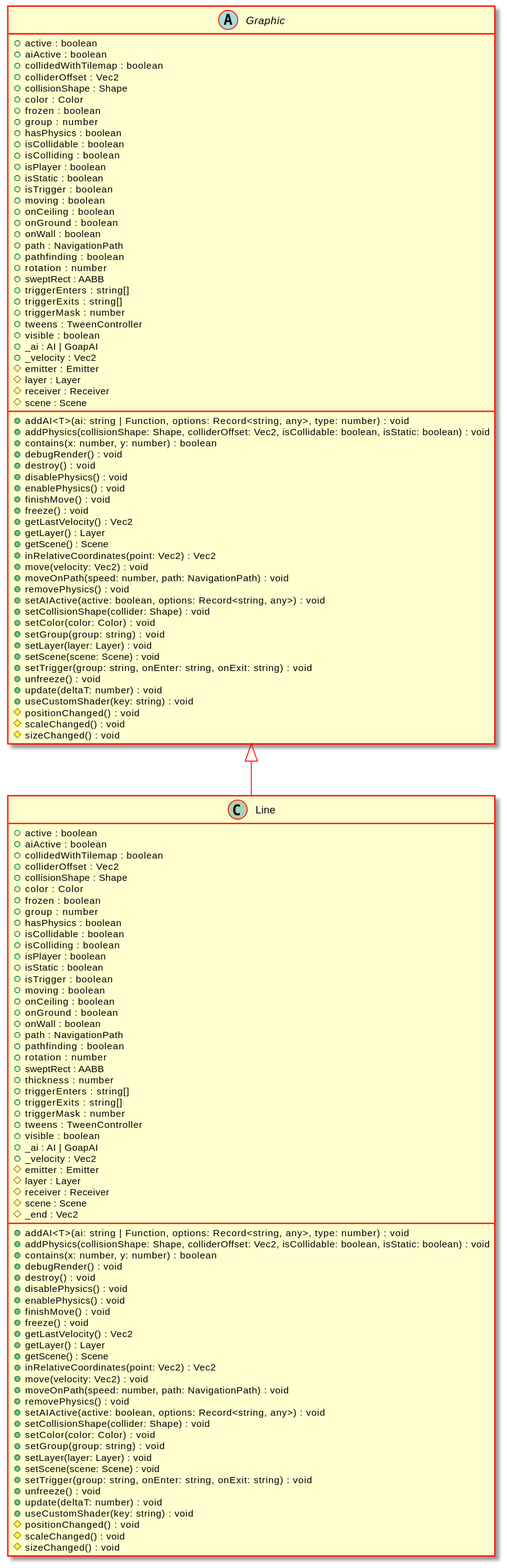
Earlier version of the PlantUML export docs/api/assets/Line-umlClassDiagram-2453.svg (Test123938/Test2).
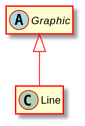
Above is the later version.

Change to the diagram source:
```diff
@@ -5,134 +5,8 @@
 hide empty methods
 hide empty fields
 class "Line" {
-    +active : boolean
-    +aiActive : boolean
-    +collidedWithTilemap : boolean
-    +colliderOffset : Vec2
-    +collisionShape : Shape
-    +color : Color
-    +frozen : boolean
-    +group : number
-    +hasPhysics : boolean
-    +isCollidable : boolean
-    +isColliding : boolean
-    +isPlayer : boolean
-    +isStatic : boolean
-    +isTrigger : boolean
-    +moving : boolean
-    +onCeiling : boolean
-    +onGround : boolean
-    +onWall : boolean
-    +path : NavigationPath
-    +pathfinding : boolean
-    +rotation : number
-    +sweptRect : AABB
-    +thickness : number
-    +triggerEnters : string[]
-    +triggerExits : string[]
-    +triggerMask : number
-    +tweens : TweenController
-    +visible : boolean
-    +_ai : AI | GoapAI
-    +_velocity : Vec2
-    #emitter : Emitter
-    #layer : Layer
-    #receiver : Receiver
-    #scene : Scene
-    #_end : Vec2
-    +addAI<T>(ai: string | Function, options: Record<string, any>, type: number) : void
-    +addPhysics(collisionShape: Shape, colliderOffset: Vec2, isCollidable: boolean, isStatic: boolean) : void
-    +contains(x: number, y: number) : boolean
-    +debugRender() : void
-    +destroy() : void
-    +disablePhysics() : void
-    +enablePhysics() : void
-    +finishMove() : void
-    +freeze() : void
-    +getLastVelocity() : Vec2
-    +getLayer() : Layer
-    +getScene() : Scene
-    +inRelativeCoordinates(point: Vec2) : Vec2
-    +move(velocity: Vec2) : void
-    +moveOnPath(speed: number, path: NavigationPath) : void
-    +removePhysics() : void
-    +setAIActive(active: boolean, options: Record<string, any>) : void
-    +setCollisionShape(collider: Shape) : void
-    +setColor(color: Color) : void
-    +setGroup(group: string) : void
-    +setLayer(layer: Layer) : void
-    +setScene(scene: Scene) : void
-    +setTrigger(group: string, onEnter: string, onExit: string) : void
-    +unfreeze() : void
-    +update(deltaT: number) : void
-    +useCustomShader(key: string) : void
-    #positionChanged() : void
-    #scaleChanged() : void
-    #sizeChanged() : void
 }
 abstract class "Graphic" {
-    +active : boolean
-    +aiActive : boolean
-    +collidedWithTilemap : boolean
-    +colliderOffset : Vec2
-    +collisionShape : Shape
-    +color : Color
-    +frozen : boolean
-    +group : number
-    +hasPhysics : boolean
-    +isCollidable : boolean
-    +isColliding : boolean
-    +isPlayer : boolean
-    +isStatic : boolean
-    +isTrigger : boolean
-    +moving : boolean
-    +onCeiling : boolean
-    +onGround : boolean
-    +onWall : boolean
-    +path : NavigationPath
-    +pathfinding : boolean
-    +rotation : number
-    +sweptRect : AABB
-    +triggerEnters : string[]
-    +triggerExits : string[]
-    +triggerMask : number
-    +tweens : TweenController
-    +visible : boolean
-    +_ai : AI | GoapAI
-    +_velocity : Vec2
-    #emitter : Emitter
-    #layer : Layer
-    #receiver : Receiver
-    #scene : Scene
-    +addAI<T>(ai: string | Function, options: Record<string, any>, type: number) : void
-    +addPhysics(collisionShape: Shape, colliderOffset: Vec2, isCollidable: boolean, isStatic: boolean) : void
-    +contains(x: number, y: number) : boolean
-    +debugRender() : void
-    +destroy() : void
-    +disablePhysics() : void
-    +enablePhysics() : void
-    +finishMove() : void
-    +freeze() : void
-    +getLastVelocity() : Vec2
-    +getLayer() : Layer
-    +getScene() : Scene
-    +inRelativeCoordinates(point: Vec2) : Vec2
-    +move(velocity: Vec2) : void
-    +moveOnPath(speed: number, path: NavigationPath) : void
-    +removePhysics() : void
-    +setAIActive(active: boolean, options: Record<string, any>) : void
-    +setCollisionShape(collider: Shape) : void
-    +setColor(color: Color) : void
-    +setGroup(group: string) : void
-    +setLayer(layer: Layer) : void
-    +setScene(scene: Scene) : void
-    +setTrigger(group: string, onEnter: string, onExit: string) : void
-    +unfreeze() : void
-    +update(deltaT: number) : void
-    +useCustomShader(key: string) : void
-    #positionChanged() : void
-    #scaleChanged() : void
-    #sizeChanged() : void
 }
 "Graphic" <|-- "Line"
 @enduml
```
